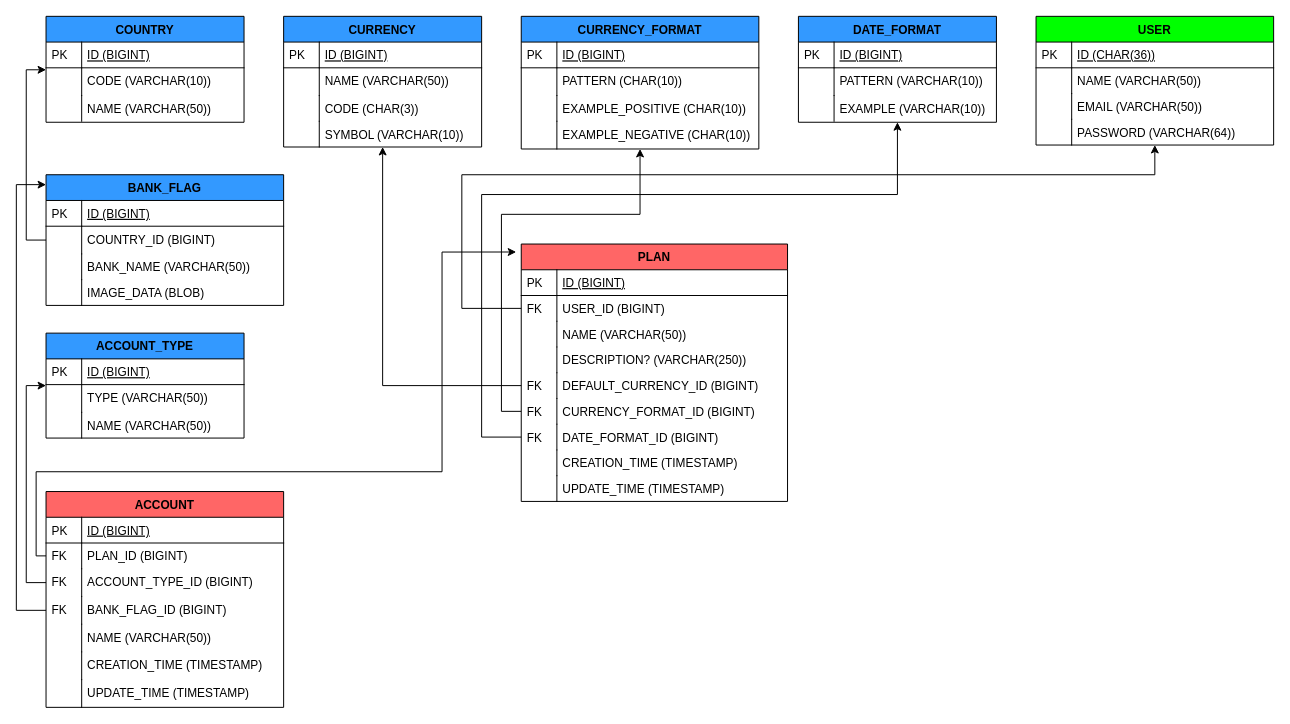
Above: page "Current" (1 of 2) of docs/imperium-cash.drawio in heliommsfilho/imperium-cash-api (draw.io), before the change. Source tidied: cells renumbered, new cells numbered last; positions are measured from the earlier drawing's top-left corner, leaving out a move shared by most shapes. Both pictures are drawn from the tidied source at 99%, with x=0, y=0 at pixel (16, 16).
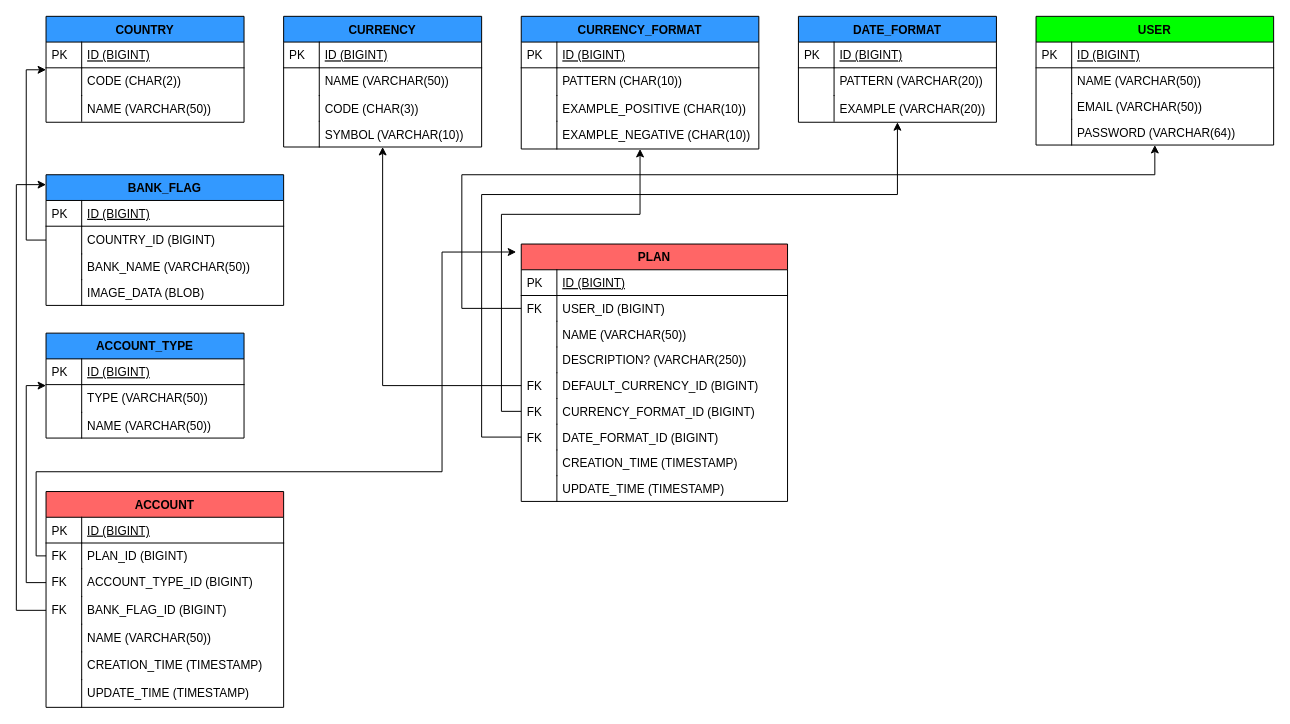
Above is the later version.

Commit message (it also covers changes not shown here):
Schema and Data for country, currency, currency_format, date_format, user

The change refers to these unchanged cells:
```xml
<mxCell id="2" value="COUNTRY" style="swimlane;fontStyle=1;horizontal=1;startSize=26;rounded=0;shadow=0;strokeWidth=1;fillColor=#3399FF;" parent="1" vertex="1">
  <mxGeometry x="30" width="200" height="107" as="geometry" />
</mxCell>
<mxCell id="27" value="DATE_FORMAT" style="swimlane;fontStyle=1;horizontal=1;startSize=26;rounded=0;shadow=0;strokeWidth=1;fillColor=#3399FF;" parent="1" vertex="1">
  <mxGeometry x="790" width="200" height="107" as="geometry" />
</mxCell>
<mxCell id="34" value="USER" style="swimlane;fontStyle=1;horizontal=1;startSize=26;rounded=0;shadow=0;strokeWidth=1;fillColor=#00FF00;" parent="1" vertex="1">
  <mxGeometry x="1030" width="240" height="130" as="geometry" />
</mxCell>
```

Change to the diagram source:
```diff
@@
-    <mxCell id="5" value="CODE (VARCHAR(10))" style="shape=partialRectangle;top=0;left=0;right=0;bottom=0;align=left;verticalAlign=top;fillColor=none;spacingLeft=40;spacingRight=4;overflow=hidden;rounded=0;shadow=0;strokeWidth=1;" parent="2" vertex="1">
+    <mxCell id="5" value="CODE (CHAR(2))" style="shape=partialRectangle;top=0;left=0;right=0;bottom=0;align=left;verticalAlign=top;fillColor=none;spacingLeft=40;spacingRight=4;overflow=hidden;rounded=0;shadow=0;strokeWidth=1;" parent="2" vertex="1">
       <mxGeometry y="52" width="200" height="28" as="geometry" />
     </mxCell>
@@
-    <mxCell id="30" value="PATTERN (VARCHAR(10))" style="shape=partialRectangle;top=0;left=0;right=0;bottom=0;align=left;verticalAlign=top;fillColor=none;spacingLeft=40;spacingRight=4;overflow=hidden;rounded=0;shadow=0;strokeWidth=1;" parent="27" vertex="1">
+    <mxCell id="30" value="PATTERN (VARCHAR(20))" style="shape=partialRectangle;top=0;left=0;right=0;bottom=0;align=left;verticalAlign=top;fillColor=none;spacingLeft=40;spacingRight=4;overflow=hidden;rounded=0;shadow=0;strokeWidth=1;" parent="27" vertex="1">
       <mxGeometry y="52" width="200" height="28" as="geometry" />
     </mxCell>
@@
-    <mxCell id="32" value="EXAMPLE (VARCHAR(10))" style="shape=partialRectangle;top=0;left=0;right=0;bottom=0;align=left;verticalAlign=top;fillColor=none;spacingLeft=40;spacingRight=4;overflow=hidden;rounded=0;shadow=0;strokeWidth=1;" parent="27" vertex="1">
+    <mxCell id="32" value="EXAMPLE (VARCHAR(20))" style="shape=partialRectangle;top=0;left=0;right=0;bottom=0;align=left;verticalAlign=top;fillColor=none;spacingLeft=40;spacingRight=4;overflow=hidden;rounded=0;shadow=0;strokeWidth=1;" parent="27" vertex="1">
       <mxGeometry y="80" width="200" height="26" as="geometry" />
     </mxCell>
@@
-    <mxCell id="35" value="ID (CHAR(36))" style="shape=partialRectangle;top=0;left=0;right=0;bottom=1;align=left;verticalAlign=top;fillColor=none;spacingLeft=40;spacingRight=4;overflow=hidden;rounded=0;shadow=0;strokeWidth=1;fontStyle=4;" parent="34" vertex="1">
+    <mxCell id="35" value="ID (BIGINT)" style="shape=partialRectangle;top=0;left=0;right=0;bottom=1;align=left;verticalAlign=top;fillColor=none;spacingLeft=40;spacingRight=4;overflow=hidden;rounded=0;shadow=0;strokeWidth=1;fontStyle=4;" parent="34" vertex="1">
       <mxGeometry y="26" width="240" height="26" as="geometry" />
     </mxCell>
```
